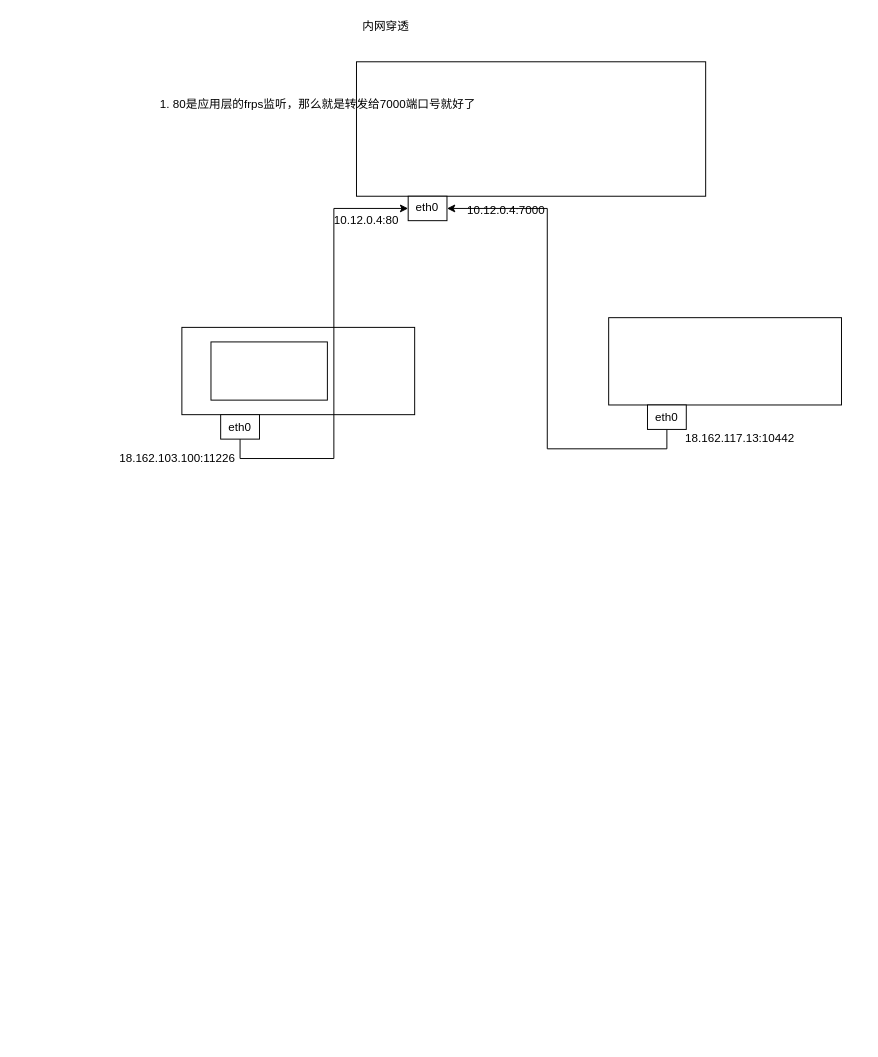
yubowen0525/ImageStorage keeps this draw.io diagram as frp_workflow_ssh.drawio. Above is the earlier version. Source tidied: cells renumbered, new cells numbered last; positions are measured from the earlier drawing's top-left corner, leaving out a move shared by most shapes. Both pictures are drawn from the tidied source at 97%, with x=0, y=0 at pixel (113, 16).
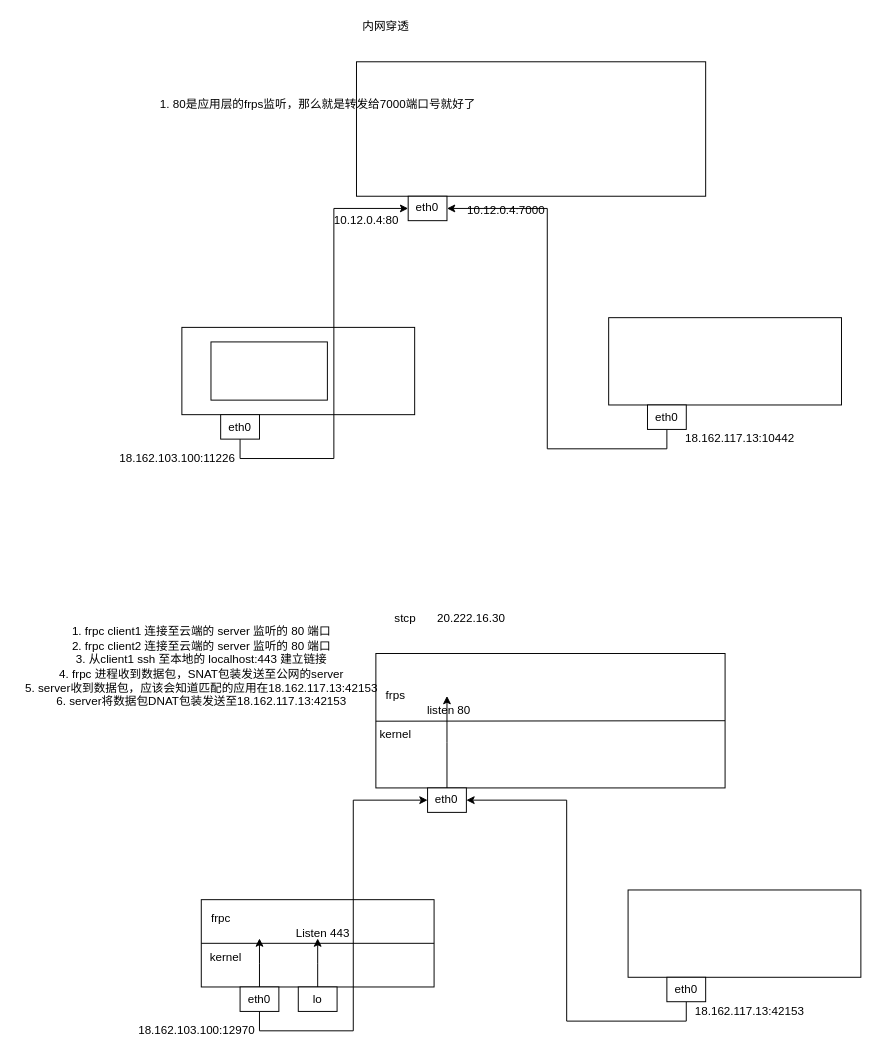
After the change.

What changed in the source:
```diff
@@
+    <mxCell id="19" style="group;" parent="1" vertex="1">
+      <mxGeometry x="270" y="610" width="360" height="210" as="geometry" />
+    </mxCell>
+    <mxCell id="20" style="group;" parent="19" vertex="1">
+      <mxGeometry width="360" height="210" as="geometry" />
+    </mxCell>
+    <mxCell id="21" style="rounded=0;whiteSpace=wrap;html=1;" parent="20" vertex="1">
+      <mxGeometry y="46.2" width="360" height="138.6" as="geometry" />
+    </mxCell>
+    <mxCell id="22" value="stcp" style="text;html=1;align=center;verticalAlign=middle;strokeColor=none;fillColor=none;" parent="20" vertex="1">
+      <mxGeometry x="10" width="40" height="20" as="geometry" />
+    </mxCell>
+    <mxCell id="23" value="eth0" style="rounded=0;whiteSpace=wrap;html=1;" parent="20" vertex="1">
+      <mxGeometry x="53.3" y="184.8" width="40" height="25.2" as="geometry" />
+    </mxCell>
+    <mxCell id="24" style="endArrow=none;html=1;rounded=0;entryX=1;entryY=0.5;entryDx=0;entryDy=0;" parent="20" edge="1" target="21">
+      <mxGeometry relative="1" as="geometry">
+        <mxPoint y="116" as="sourcePoint" />
+      </mxGeometry>
+    </mxCell>
+    <mxCell id="25" value="frps" style="text;html=1;align=center;verticalAlign=middle;strokeColor=none;fillColor=none;" parent="20" vertex="1">
+      <mxGeometry y="80" width="40" height="20" as="geometry" />
+    </mxCell>
+    <mxCell id="26" value="kernel" style="text;html=1;align=center;verticalAlign=middle;strokeColor=none;fillColor=none;" parent="20" vertex="1">
+      <mxGeometry x="-5" y="120" width="50" height="20" as="geometry" />
+    </mxCell>
+    <mxCell id="27" value="listen 80" style="text;html=1;align=center;verticalAlign=middle;strokeColor=none;fillColor=none;" parent="20" vertex="1">
+      <mxGeometry x="45" y="95" width="60" height="20" as="geometry" />
+    </mxCell>
+    <mxCell id="28" value="20.222.16.30" style="text;html=1;align=center;verticalAlign=middle;strokeColor=none;fillColor=none;" parent="20" vertex="1">
+      <mxGeometry x="53.3" width="90" height="20" as="geometry" />
+    </mxCell>
+    <mxCell id="29" style="rounded=0;whiteSpace=wrap;html=1;" parent="1" vertex="1">
+      <mxGeometry x="530" y="900" width="240" height="90" as="geometry" />
+    </mxCell>
+    <mxCell id="30" style="edgeStyle=orthogonalEdgeStyle;rounded=0;jettySize=auto;html=1;exitX=0.5;exitY=1;exitDx=0;exitDy=0;entryX=1;entryY=0.5;entryDx=0;entryDy=0;" parent="1" edge="1" source="31" target="23">
+      <mxGeometry relative="1" as="geometry" />
+    </mxCell>
+    <mxCell id="31" value="eth0" style="rounded=0;whiteSpace=wrap;html=1;" parent="1" vertex="1">
+      <mxGeometry x="570" y="990" width="40" height="25.2" as="geometry" />
+    </mxCell>
+    <mxCell id="32" style="rounded=0;whiteSpace=wrap;html=1;" parent="1" vertex="1">
+      <mxGeometry x="90" y="910" width="240" height="90" as="geometry" />
+    </mxCell>
+    <mxCell id="33" style="edgeStyle=orthogonalEdgeStyle;rounded=0;jettySize=auto;html=1;exitX=0.5;exitY=1;exitDx=0;exitDy=0;entryX=0;entryY=0.5;entryDx=0;entryDy=0;" parent="1" edge="1" source="35" target="23">
+      <mxGeometry relative="1" as="geometry" />
+    </mxCell>
+    <mxCell id="34" style="edgeStyle=orthogonalEdgeStyle;rounded=0;jettySize=auto;html=1;exitX=0.5;exitY=0;exitDx=0;exitDy=0;" parent="1" edge="1" source="35">
+      <mxGeometry relative="1" as="geometry">
+        <mxPoint x="150" y="950" as="targetPoint" />
+      </mxGeometry>
+    </mxCell>
+    <mxCell id="35" value="eth0" style="rounded=0;whiteSpace=wrap;html=1;" parent="1" vertex="1">
+      <mxGeometry x="130" y="1000" width="40" height="25.2" as="geometry" />
+    </mxCell>
+    <mxCell id="36" value="18.162.117.13:42153" style="text;html=1;align=center;verticalAlign=middle;strokeColor=none;fillColor=none;" parent="1" vertex="1">
+      <mxGeometry x="590" y="1015.2" width="130" height="20" as="geometry" />
+    </mxCell>
+    <mxCell id="37" value="18.162.103.100:12970" style="text;html=1;align=center;verticalAlign=middle;strokeColor=none;fillColor=none;" parent="1" vertex="1">
+      <mxGeometry x="15" y="1035.2" width="140" height="20" as="geometry" />
+    </mxCell>
+    <mxCell id="38" value="1. frpc client1 连接至云端的 server 监听的 80 端口&lt;br&gt;2. frpc client2 连接至云端的 server 监听的 80 端口&lt;br&gt;3. 从client1 ssh 至本地的 localhost:443 建立链接&lt;br&gt;4. frpc 进程收到数据包，SNAT包装发送至公网的server&lt;br&gt;5. server收到数据包，应该会知道匹配的应用在18.162.117.13:42153&lt;br&gt;6. server将数据包DNAT包装发送至18.162.117.13:42153" style="text;html=1;align=center;verticalAlign=middle;strokeColor=none;fillColor=none;" parent="1" vertex="1">
+      <mxGeometry x="-100" y="625" width="380" height="90" as="geometry" />
+    </mxCell>
+    <mxCell id="39" style="edgeStyle=orthogonalEdgeStyle;rounded=0;jettySize=auto;html=1;exitX=0.5;exitY=0;exitDx=0;exitDy=0;" parent="1" edge="1" source="23">
+      <mxGeometry relative="1" as="geometry">
+        <mxPoint x="343.3" y="700" as="targetPoint" />
+      </mxGeometry>
+    </mxCell>
+    <mxCell id="40" style="endArrow=none;html=1;rounded=0;entryX=1;entryY=0.5;entryDx=0;entryDy=0;exitX=0;exitY=0.5;exitDx=0;exitDy=0;" parent="1" edge="1" source="32" target="32">
+      <mxGeometry relative="1" as="geometry" />
+    </mxCell>
+    <mxCell id="41" value="kernel" style="text;html=1;align=center;verticalAlign=middle;strokeColor=none;fillColor=none;" parent="1" vertex="1">
+      <mxGeometry x="90" y="960" width="50" height="20" as="geometry" />
+    </mxCell>
+    <mxCell id="42" value="frpc" style="text;html=1;align=center;verticalAlign=middle;strokeColor=none;fillColor=none;" parent="1" vertex="1">
+      <mxGeometry x="90" y="920" width="40" height="20" as="geometry" />
+    </mxCell>
+    <mxCell id="43" style="edgeStyle=orthogonalEdgeStyle;rounded=0;jettySize=auto;html=1;exitX=0.5;exitY=0;exitDx=0;exitDy=0;" parent="1" edge="1" source="44">
+      <mxGeometry relative="1" as="geometry">
+        <mxPoint x="210" y="950" as="targetPoint" />
+      </mxGeometry>
+    </mxCell>
+    <mxCell id="44" value="lo" style="rounded=0;whiteSpace=wrap;html=1;" parent="1" vertex="1">
+      <mxGeometry x="190" y="1000" width="40" height="25.2" as="geometry" />
+    </mxCell>
+    <mxCell id="45" value="Listen 443" style="text;html=1;align=center;verticalAlign=middle;strokeColor=none;fillColor=none;" parent="1" vertex="1">
+      <mxGeometry x="180" y="935" width="70" height="20" as="geometry" />
+    </mxCell>
```
